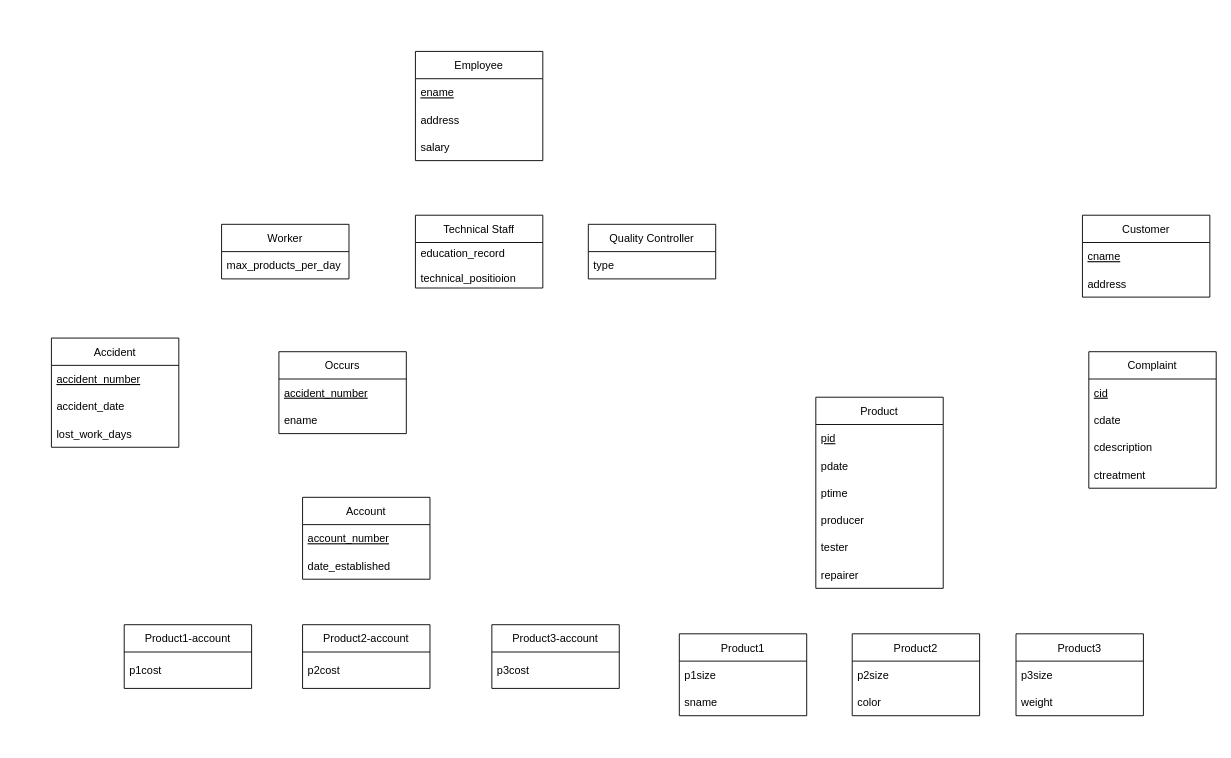
This is schema_diagram.drawio from starrycode/ER-Diagrams, a draw.io file, before an edit. Source tidied: cells renumbered, new cells numbered last; positions are measured from the earlier drawing's top-left corner, leaving out a move shared by most shapes. Both pictures are drawn from the tidied source at 91%, with x=0, y=0 at pixel (51, 51).
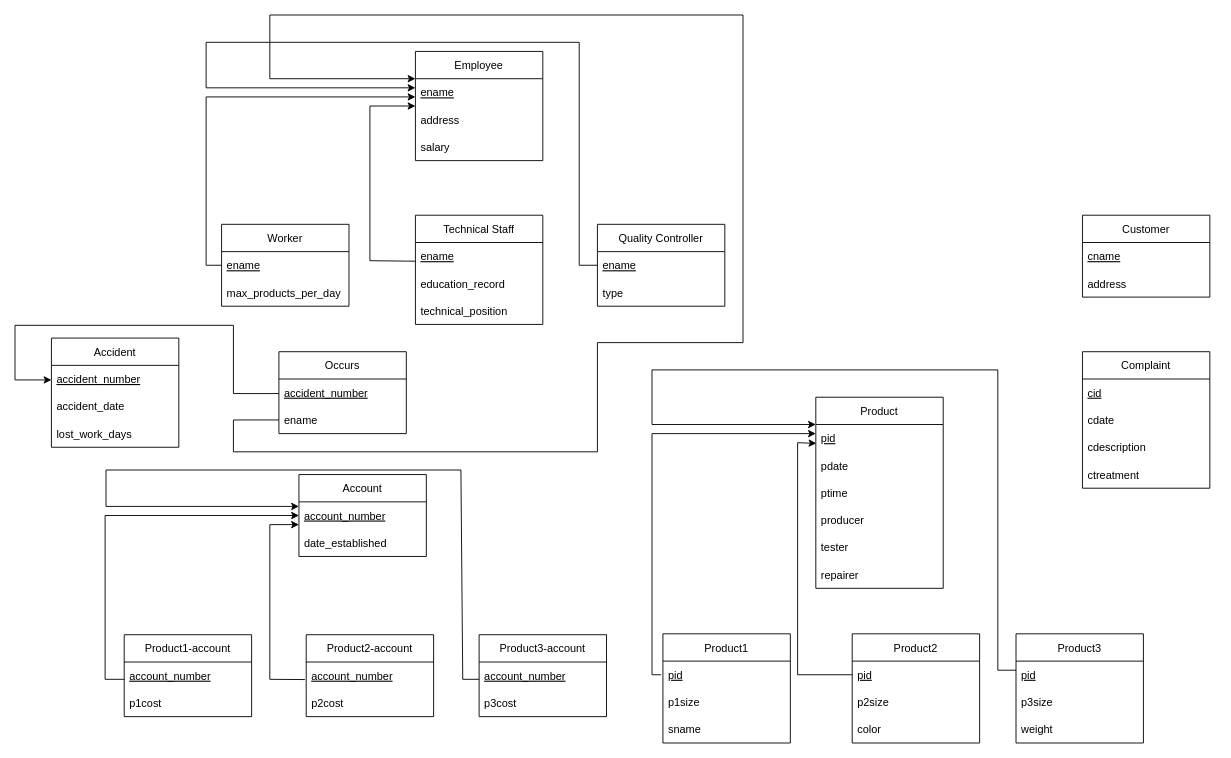
After the change.

Unchanged cells that the change refers to:
```xml
<mxCell id="15" value="ename" style="text;strokeColor=none;fillColor=none;align=left;verticalAlign=middle;spacingLeft=4;spacingRight=4;overflow=hidden;points=[[0,0.5],[1,0.5]];portConstraint=eastwest;fontStyle=4;" parent="14" vertex="1">
  <mxGeometry y="30" width="140" height="30" as="geometry" />
</mxCell>
<mxCell id="22" value="pid" style="text;strokeColor=none;fillColor=none;align=left;verticalAlign=middle;spacingLeft=4;spacingRight=4;overflow=hidden;points=[[0,0.5],[1,0.5]];portConstraint=eastwest;fontStyle=4;" parent="21" vertex="1">
  <mxGeometry y="30" width="140" height="30" as="geometry" />
</mxCell>
<mxCell id="42" value="ename" style="text;strokeColor=none;fillColor=none;align=left;verticalAlign=middle;spacingLeft=4;spacingRight=4;overflow=hidden;points=[[0,0.5],[1,0.5]];portConstraint=eastwest;fontStyle=0;" parent="40" vertex="1">
  <mxGeometry y="60" width="140" height="30" as="geometry" />
</mxCell>
```

Diff of the diagram source:
```diff
@@
     <mxCell id="2" value="Worker" style="swimlane;fontStyle=0;horizontal=1;startSize=30;" parent="1" vertex="1">
-      <mxGeometry x="187" y="190" width="140" height="60" as="geometry" />
+      <mxGeometry x="187" y="190" width="140" height="90" as="geometry" />
     </mxCell>
-    <mxCell id="3" value="max_products_per_day" style="text;strokeColor=none;fillColor=none;align=left;verticalAlign=middle;spacingLeft=4;spacingRight=4;overflow=hidden;points=[[0,0.5],[1,0.5]];portConstraint=eastwest;" parent="2" vertex="1">
+    <mxCell id="3" value="ename" style="text;strokeColor=none;fillColor=none;align=left;verticalAlign=middle;spacingLeft=4;spacingRight=4;overflow=hidden;points=[[0,0.5],[1,0.5]];portConstraint=eastwest;fontStyle=4;" parent="2" vertex="1">
       <mxGeometry y="30" width="140" height="30" as="geometry" />
     </mxCell>
-    <mxCell id="4" value="Quality Controller" style="swimlane;fontStyle=0;horizontal=1;startSize=30;" parent="1" vertex="1">
-      <mxGeometry x="590" y="190" width="140" height="60" as="geometry" />
-    </mxCell>
-    <mxCell id="5" value="type" style="text;strokeColor=none;fillColor=none;align=left;verticalAlign=middle;spacingLeft=4;spacingRight=4;overflow=hidden;" parent="4" vertex="1">
-      <mxGeometry y="30" width="140" height="30" as="geometry" />
-    </mxCell>
-    <mxCell id="6" value="Technical Staff" style="swimlane;fontStyle=0;horizontal=1;startSize=30;" parent="1" vertex="1">
-      <mxGeometry x="400" y="180" width="140" height="80" as="geometry" />
-    </mxCell>
-    <mxCell id="7" value="education_record&#10;    &#10;technical_positioion" style="text;strokeColor=none;fillColor=none;align=left;verticalAlign=middle;spacingLeft=4;spacingRight=4;overflow=hidden;" parent="6" vertex="1">
-      <mxGeometry y="30" width="140" height="50" as="geometry" />
-    </mxCell>
-    <mxCell id="8" value="Product3-account" style="swimlane;fontStyle=0;horizontal=1;startSize=30;" parent="1" vertex="1">
-      <mxGeometry x="484" y="630" width="140" height="70" as="geometry" />
-    </mxCell>
-    <mxCell id="9" value="p3cost" style="text;strokeColor=none;fillColor=none;align=left;verticalAlign=middle;spacingLeft=4;spacingRight=4;overflow=hidden;" parent="8" vertex="1">
-      <mxGeometry y="30" width="140" height="40" as="geometry" />
-    </mxCell>
-    <mxCell id="10" value="Product2-account" style="swimlane;fontStyle=0;horizontal=1;startSize=30;" parent="1" vertex="1">
-      <mxGeometry x="276" y="630" width="140" height="70" as="geometry" />
-    </mxCell>
-    <mxCell id="11" value="p2cost" style="text;strokeColor=none;fillColor=none;align=left;verticalAlign=middle;spacingLeft=4;spacingRight=4;overflow=hidden;" parent="10" vertex="1">
-      <mxGeometry y="30" width="140" height="40" as="geometry" />
-    </mxCell>
-    <mxCell id="12" value="Product1-account" style="swimlane;fontStyle=0;horizontal=1;startSize=30;" parent="1" vertex="1">
-      <mxGeometry x="80" y="630" width="140" height="70" as="geometry" />
-    </mxCell>
-    <mxCell id="13" value="p1cost" style="text;strokeColor=none;fillColor=none;align=left;verticalAlign=middle;spacingLeft=4;spacingRight=4;overflow=hidden;" parent="12" vertex="1">
-      <mxGeometry y="30" width="140" height="40" as="geometry" />
-    </mxCell>
+    <mxCell id="52" value="max_products_per_day" style="text;strokeColor=none;fillColor=none;align=left;verticalAlign=middle;spacingLeft=4;spacingRight=4;overflow=hidden;" parent="2" vertex="1">
+      <mxGeometry y="60" width="140" height="30" as="geometry" />
+    </mxCell>
@@
     <mxCell id="18" value="Account" style="swimlane;fontStyle=0;horizontal=1;startSize=30;" parent="1" vertex="1">
-      <mxGeometry x="276" y="490" width="140" height="90" as="geometry" />
+      <mxGeometry x="272" y="465" width="140" height="90" as="geometry" />
     </mxCell>
@@
     <mxCell id="31" value="Complaint" style="swimlane;fontStyle=0;horizontal=1;startSize=30;" parent="1" vertex="1">
-      <mxGeometry x="1140" y="330" width="140" height="150" as="geometry" />
+      <mxGeometry x="1133" y="330" width="140" height="150" as="geometry" />
     </mxCell>
@@
     <mxCell id="43" value="Product1" style="swimlane;fontStyle=0;horizontal=1;startSize=30;" parent="1" vertex="1">
-      <mxGeometry x="690" y="640" width="140" height="90" as="geometry" />
+      <mxGeometry x="672" y="640" width="140" height="120" as="geometry" />
     </mxCell>
-    <mxCell id="44" value="p1size" style="text;strokeColor=none;fillColor=none;align=left;verticalAlign=middle;spacingLeft=4;spacingRight=4;overflow=hidden;fontStyle=0;" parent="43" vertex="1">
+    <mxCell id="44" value="pid" style="text;strokeColor=none;fillColor=none;align=left;verticalAlign=middle;spacingLeft=4;spacingRight=4;overflow=hidden;fontStyle=4;" parent="43" vertex="1">
       <mxGeometry y="30" width="140" height="30" as="geometry" />
     </mxCell>
+    <mxCell id="53" value="p1size" style="text;strokeColor=none;fillColor=none;align=left;verticalAlign=middle;spacingLeft=4;spacingRight=4;overflow=hidden;fontStyle=0;" parent="43" vertex="1">
+      <mxGeometry y="60" width="140" height="30" as="geometry" />
+    </mxCell>
     <mxCell id="45" value="sname" style="text;strokeColor=none;fillColor=none;align=left;verticalAlign=middle;spacingLeft=4;spacingRight=4;overflow=hidden;fontStyle=0;" parent="43" vertex="1">
-      <mxGeometry y="60" width="140" height="30" as="geometry" />
+      <mxGeometry y="90" width="140" height="30" as="geometry" />
     </mxCell>
     <mxCell id="46" value="Product2" style="swimlane;fontStyle=0;horizontal=1;startSize=30;" parent="1" vertex="1">
-      <mxGeometry x="880" y="640" width="140" height="90" as="geometry" />
+      <mxGeometry x="880" y="640" width="140" height="120" as="geometry" />
     </mxCell>
-    <mxCell id="47" value="p2size" style="text;strokeColor=none;fillColor=none;align=left;verticalAlign=middle;spacingLeft=4;spacingRight=4;overflow=hidden;points=[[0,0.5],[1,0.5]];portConstraint=eastwest;fontStyle=0;" parent="46" vertex="1">
+    <mxCell id="47" value="pid" style="text;strokeColor=none;fillColor=none;align=left;verticalAlign=middle;spacingLeft=4;spacingRight=4;overflow=hidden;points=[[0,0.5],[1,0.5]];portConstraint=eastwest;fontStyle=4;" parent="46" vertex="1">
       <mxGeometry y="30" width="140" height="30" as="geometry" />
     </mxCell>
+    <mxCell id="54" value="p2size" style="text;strokeColor=none;fillColor=none;align=left;verticalAlign=middle;spacingLeft=4;spacingRight=4;overflow=hidden;fontStyle=0;" parent="46" vertex="1">
+      <mxGeometry y="60" width="140" height="30" as="geometry" />
+    </mxCell>
     <mxCell id="48" value="color" style="text;strokeColor=none;fillColor=none;align=left;verticalAlign=middle;spacingLeft=4;spacingRight=4;overflow=hidden;fontStyle=0;" parent="46" vertex="1">
-      <mxGeometry y="60" width="140" height="30" as="geometry" />
+      <mxGeometry y="90" width="140" height="30" as="geometry" />
     </mxCell>
     <mxCell id="49" value="Product3" style="swimlane;fontStyle=0;horizontal=1;startSize=30;" parent="1" vertex="1">
-      <mxGeometry x="1060" y="640" width="140" height="90" as="geometry" />
+      <mxGeometry x="1060" y="640" width="140" height="120" as="geometry" />
     </mxCell>
-    <mxCell id="50" value="p3size" style="text;strokeColor=none;fillColor=none;align=left;verticalAlign=middle;spacingLeft=4;spacingRight=4;overflow=hidden;fontStyle=0;" parent="49" vertex="1">
+    <mxCell id="50" value="pid" style="text;strokeColor=none;fillColor=none;align=left;verticalAlign=middle;spacingLeft=4;spacingRight=4;overflow=hidden;fontStyle=4;" parent="49" vertex="1">
       <mxGeometry y="30" width="140" height="30" as="geometry" />
     </mxCell>
+    <mxCell id="55" value="p3size" style="text;strokeColor=none;fillColor=none;align=left;verticalAlign=middle;spacingLeft=4;spacingRight=4;overflow=hidden;fontStyle=0;" parent="49" vertex="1">
+      <mxGeometry y="60" width="140" height="30" as="geometry" />
+    </mxCell>
     <mxCell id="51" value="weight" style="text;strokeColor=none;fillColor=none;align=left;verticalAlign=middle;spacingLeft=4;spacingRight=4;overflow=hidden;fontStyle=0;" parent="49" vertex="1">
-      <mxGeometry y="60" width="140" height="30" as="geometry" />
+      <mxGeometry y="90" width="140" height="30" as="geometry" />
     </mxCell>
+    <mxCell id="56" style="endArrow=classic;html=1;rounded=0;exitX=0;exitY=0.5;exitDx=0;exitDy=0;" parent="1" edge="1" source="3">
+      <mxGeometry relative="1" as="geometry">
+        <mxPoint x="400" y="50" as="targetPoint" />
+        <Array as="points">
+          <mxPoint x="170" y="235" />
+          <mxPoint x="170" y="50" />
+        </Array>
+      </mxGeometry>
+    </mxCell>
+    <mxCell id="6" value="Technical Staff" style="swimlane;fontStyle=0;horizontal=1;startSize=30;" parent="1" vertex="1">
+      <mxGeometry x="400" y="180" width="140" height="120" as="geometry" />
+    </mxCell>
+    <mxCell id="57" value="ename" style="text;strokeColor=none;fillColor=none;align=left;verticalAlign=middle;spacingLeft=4;spacingRight=4;overflow=hidden;points=[[0,0.5],[1,0.5]];portConstraint=eastwest;fontStyle=4;" parent="6" vertex="1">
+      <mxGeometry y="30" width="140" height="30" as="geometry" />
+    </mxCell>
+    <mxCell id="58" value="education_record" style="text;strokeColor=none;fillColor=none;align=left;verticalAlign=middle;spacingLeft=4;spacingRight=4;overflow=hidden;" parent="6" vertex="1">
+      <mxGeometry y="60" width="140" height="30" as="geometry" />
+    </mxCell>
+    <mxCell id="59" value="technical_position" style="text;strokeColor=none;fillColor=none;align=left;verticalAlign=middle;spacingLeft=4;spacingRight=4;overflow=hidden;" parent="6" vertex="1">
+      <mxGeometry y="90" width="140" height="30" as="geometry" />
+    </mxCell>
+    <mxCell id="4" value="Quality Controller" style="swimlane;fontStyle=0;horizontal=1;startSize=30;" parent="1" vertex="1">
+      <mxGeometry x="600" y="190" width="140" height="90" as="geometry" />
+    </mxCell>
+    <mxCell id="60" value="ename" style="text;strokeColor=none;fillColor=none;align=left;verticalAlign=middle;spacingLeft=4;spacingRight=4;overflow=hidden;fontStyle=4;" parent="4" vertex="1">
+      <mxGeometry y="30" width="140" height="30" as="geometry" />
+    </mxCell>
+    <mxCell id="5" value="type" style="text;strokeColor=none;fillColor=none;align=left;verticalAlign=middle;spacingLeft=4;spacingRight=4;overflow=hidden;" parent="4" vertex="1">
+      <mxGeometry y="60" width="140" height="30" as="geometry" />
+    </mxCell>
+    <mxCell id="12" value="Product1-account" style="swimlane;fontStyle=0;horizontal=1;startSize=30;" parent="1" vertex="1">
+      <mxGeometry x="80" y="641" width="140" height="90" as="geometry" />
+    </mxCell>
+    <mxCell id="61" value="account_number" style="text;strokeColor=none;fillColor=none;align=left;verticalAlign=middle;spacingLeft=4;spacingRight=4;overflow=hidden;fontStyle=4;" parent="12" vertex="1">
+      <mxGeometry y="30" width="140" height="30" as="geometry" />
+    </mxCell>
+    <mxCell id="13" value="p1cost" style="text;strokeColor=none;fillColor=none;align=left;verticalAlign=middle;spacingLeft=4;spacingRight=4;overflow=hidden;" parent="12" vertex="1">
+      <mxGeometry y="60" width="140" height="30" as="geometry" />
+    </mxCell>
+    <mxCell id="10" value="Product2-account" style="swimlane;fontStyle=0;horizontal=1;startSize=30;" parent="1" vertex="1">
+      <mxGeometry x="280" y="641" width="140" height="90" as="geometry" />
+    </mxCell>
+    <mxCell id="62" value="account_number" style="text;strokeColor=none;fillColor=none;align=left;verticalAlign=middle;spacingLeft=4;spacingRight=4;overflow=hidden;points=[[0,0.5],[1,0.5]];portConstraint=eastwest;fontStyle=4;" parent="10" vertex="1">
+      <mxGeometry y="30" width="140" height="30" as="geometry" />
+    </mxCell>
+    <mxCell id="11" value="p2cost" style="text;strokeColor=none;fillColor=none;align=left;verticalAlign=middle;spacingLeft=4;spacingRight=4;overflow=hidden;" parent="10" vertex="1">
+      <mxGeometry y="60" width="140" height="30" as="geometry" />
+    </mxCell>
+    <mxCell id="8" value="Product3-account" style="swimlane;fontStyle=0;horizontal=1;startSize=30;" parent="1" vertex="1">
+      <mxGeometry x="470" y="641" width="140" height="90" as="geometry" />
+    </mxCell>
+    <mxCell id="63" value="account_number" style="text;strokeColor=none;fillColor=none;align=left;verticalAlign=middle;spacingLeft=4;spacingRight=4;overflow=hidden;fontStyle=4;" parent="8" vertex="1">
+      <mxGeometry y="30" width="140" height="30" as="geometry" />
+    </mxCell>
+    <mxCell id="9" value="p3cost" style="text;strokeColor=none;fillColor=none;align=left;verticalAlign=middle;spacingLeft=4;spacingRight=4;overflow=hidden;" parent="8" vertex="1">
+      <mxGeometry y="60" width="140" height="30" as="geometry" />
+    </mxCell>
+    <mxCell id="64" style="endArrow=classic;html=1;rounded=0;" parent="1" edge="1">
+      <mxGeometry relative="1" as="geometry">
+        <mxPoint x="600" y="235" as="sourcePoint" />
+        <mxPoint x="400" y="40" as="targetPoint" />
+        <Array as="points">
+          <mxPoint x="580" y="235" />
+          <mxPoint x="580" y="-10" />
+          <mxPoint x="170" y="-10" />
+          <mxPoint x="170" y="40" />
+        </Array>
+      </mxGeometry>
+    </mxCell>
+    <mxCell id="65" style="endArrow=classic;html=1;rounded=0;exitX=-0.002;exitY=0.685;exitDx=0;exitDy=0;exitPerimeter=0;" parent="1" edge="1" source="57">
+      <mxGeometry relative="1" as="geometry">
+        <mxPoint x="400" y="60" as="targetPoint" />
+        <Array as="points">
+          <mxPoint x="350" y="230" />
+          <mxPoint x="350" y="60" />
+        </Array>
+      </mxGeometry>
+    </mxCell>
+    <mxCell id="66" style="endArrow=classic;html=1;rounded=0;exitX=0;exitY=0.5;exitDx=0;exitDy=0;" parent="1" edge="1">
+      <mxGeometry relative="1" as="geometry">
+        <mxPoint x="250" y="376" as="sourcePoint" />
+        <mxPoint y="361" as="targetPoint" />
+        <Array as="points">
+          <mxPoint x="200" y="376" />
+          <mxPoint x="200" y="301" />
+          <mxPoint x="-40" y="301" />
+          <mxPoint x="-40" y="361" />
+        </Array>
+      </mxGeometry>
+    </mxCell>
+    <mxCell id="67" style="endArrow=classic;html=1;rounded=0;" parent="1" edge="1">
+      <mxGeometry relative="1" as="geometry">
+        <mxPoint x="80" y="690" as="sourcePoint" />
+        <mxPoint x="272" y="510" as="targetPoint" />
+        <Array as="points">
+          <mxPoint x="59" y="690" />
+          <mxPoint x="59" y="510" />
+        </Array>
+      </mxGeometry>
+    </mxCell>
+    <mxCell id="68" style="endArrow=classic;html=1;rounded=0;" parent="1" edge="1">
+      <mxGeometry relative="1" as="geometry">
+        <mxPoint x="470" y="690" as="sourcePoint" />
+        <mxPoint x="272" y="500" as="targetPoint" />
+        <Array as="points">
+          <mxPoint x="452" y="690" />
+          <mxPoint x="450" y="460" />
+          <mxPoint x="60" y="460" />
+          <mxPoint x="60" y="500" />
+        </Array>
+      </mxGeometry>
+    </mxCell>
+    <mxCell id="69" style="endArrow=classic;html=1;rounded=0;exitX=-0.01;exitY=0.642;exitDx=0;exitDy=0;exitPerimeter=0;" parent="1" edge="1" source="62">
+      <mxGeometry relative="1" as="geometry">
+        <mxPoint x="272" y="520" as="targetPoint" />
+        <Array as="points">
+          <mxPoint x="240" y="690" />
+          <mxPoint x="240" y="520" />
+        </Array>
+      </mxGeometry>
+    </mxCell>
+    <mxCell id="70" style="endArrow=classic;html=1;rounded=0;" parent="1" edge="1">
+      <mxGeometry relative="1" as="geometry">
+        <mxPoint x="670" y="685" as="sourcePoint" />
+        <mxPoint x="840" y="420" as="targetPoint" />
+        <Array as="points">
+          <mxPoint x="660" y="685" />
+          <mxPoint x="660" y="420" />
+        </Array>
+      </mxGeometry>
+    </mxCell>
+    <mxCell id="71" style="endArrow=classic;html=1;rounded=0;" parent="1" edge="1">
+      <mxGeometry relative="1" as="geometry">
+        <mxPoint x="1060" y="680" as="sourcePoint" />
+        <mxPoint x="840" y="410" as="targetPoint" />
+        <Array as="points">
+          <mxPoint x="1040" y="680" />
+          <mxPoint x="1040" y="350" />
+          <mxPoint x="660" y="350" />
+          <mxPoint x="660" y="410" />
+        </Array>
+      </mxGeometry>
+    </mxCell>
+    <mxCell id="72" style="endArrow=classic;html=1;rounded=0;exitX=0;exitY=0.5;exitDx=0;exitDy=0;entryX=0.004;entryY=0.69;entryDx=0;entryDy=0;entryPerimeter=0;" parent="1" edge="1" source="47" target="22">
+      <mxGeometry relative="1" as="geometry">
+        <Array as="points">
+          <mxPoint x="820" y="685" />
+          <mxPoint x="820" y="430" />
+        </Array>
+      </mxGeometry>
+    </mxCell>
+    <mxCell id="73" style="endArrow=classic;html=1;rounded=0;exitX=0;exitY=0.5;exitDx=0;exitDy=0;entryX=0;entryY=0;entryDx=0;entryDy=0;entryPerimeter=0;" parent="1" edge="1" source="42" target="15">
+      <mxGeometry relative="1" as="geometry">
+        <Array as="points">
+          <mxPoint x="200" y="405" />
+          <mxPoint x="200" y="440" />
+          <mxPoint x="600" y="440" />
+          <mxPoint x="600" y="320" />
+          <mxPoint x="760" y="320" />
+          <mxPoint x="760" y="-40" />
+          <mxPoint x="240" y="-40" />
+          <mxPoint x="240" y="30" />
+        </Array>
+      </mxGeometry>
+    </mxCell>
```
